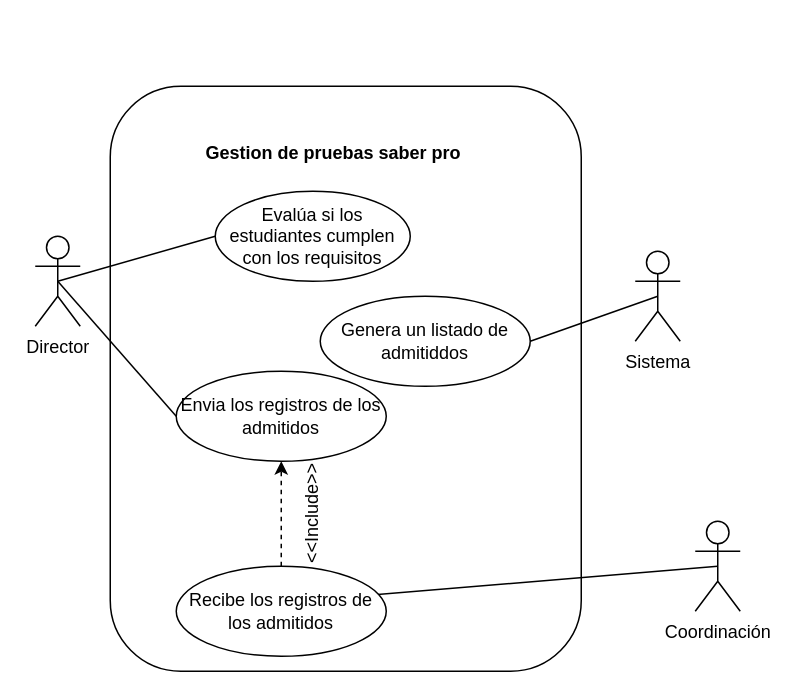
Earlier version of the draw.io diagram page "Página-2" (2 of 11) of Diagrama_documentacion_estudiantes.drawio (chimena777/PROMPTS). Source tidied: cells renumbered, new cells numbered last; positions are measured from the earlier drawing's top-left corner, leaving out a move shared by most shapes. Both pictures are drawn from the tidied source at 150%, with x=0, y=0 at pixel (34, 86).
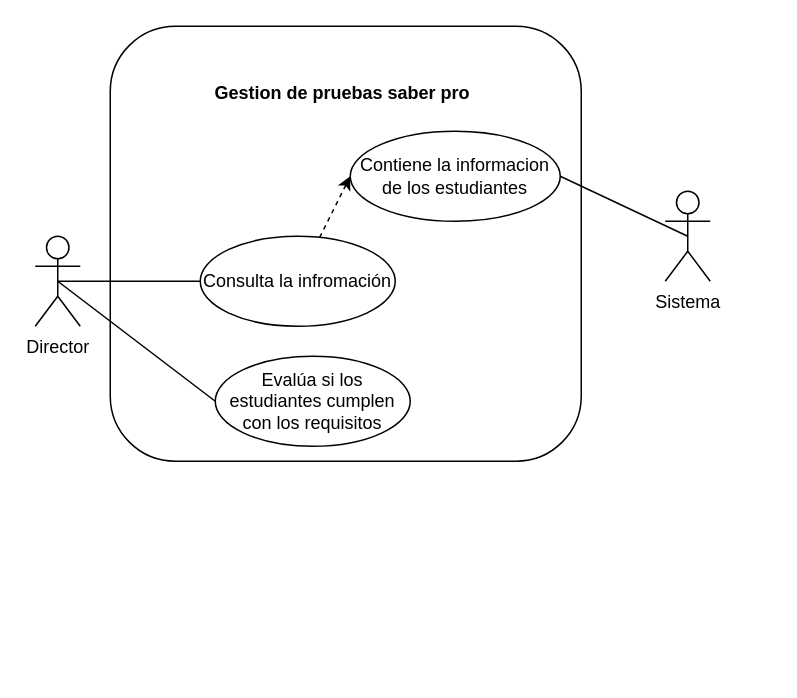
After the change.

The edit, as a diff of the source:
```diff
@@
 <mxGraphModel>
   <root>
     <mxCell id="0" />
     <mxCell id="1" parent="0" />
     <mxCell id="2" style="rounded=1;whiteSpace=wrap;html=1;" parent="1" vertex="1">
-      <mxGeometry x="50" width="314" height="390" as="geometry" />
+      <mxGeometry x="50" y="-40" width="314" height="290" as="geometry" />
     </mxCell>
-    <mxCell id="3" style="rounded=0;jettySize=auto;html=1;exitX=0.5;exitY=0.5;exitDx=0;exitDy=0;exitPerimeter=0;entryX=0;entryY=0.5;entryDx=0;entryDy=0;endArrow=none;endFill=0;" parent="1" edge="1" source="5" target="7">
+    <mxCell id="3" style="rounded=0;jettySize=auto;html=1;exitX=0.5;exitY=0.5;exitDx=0;exitDy=0;exitPerimeter=0;entryX=0;entryY=0.5;entryDx=0;entryDy=0;endArrow=none;endFill=0;" parent="1" edge="1" source="5" target="19">
       <mxGeometry relative="1" as="geometry" />
     </mxCell>
-    <mxCell id="4" style="rounded=0;jettySize=auto;html=1;exitX=0.5;exitY=0.5;exitDx=0;exitDy=0;exitPerimeter=0;entryX=0;entryY=0.5;entryDx=0;entryDy=0;endArrow=none;endFill=0;" parent="1" edge="1" source="5" target="13">
-      <mxGeometry relative="1" as="geometry" />
-    </mxCell>
+    <mxCell id="17" style="rounded=0;jettySize=auto;html=1;exitX=0.5;exitY=0.5;exitDx=0;exitDy=0;exitPerimeter=0;entryX=0;entryY=0.5;entryDx=0;entryDy=0;endArrow=none;endFill=0;" parent="1" edge="1" source="5" target="7">
+      <mxGeometry relative="1" as="geometry" />
+    </mxCell>
     <mxCell id="5" value="Director" style="shape=umlActor;verticalLabelPosition=bottom;verticalAlign=top;html=1;outlineConnect=0;" parent="1" vertex="1">
       <mxGeometry y="100" width="30" height="60" as="geometry" />
     </mxCell>
     <mxCell id="6" value="&lt;b&gt;Gestion de pruebas saber pro&lt;/b&gt;" style="text;html=1;whiteSpace=wrap;strokeColor=none;fillColor=none;align=center;verticalAlign=middle;rounded=0;" parent="1" vertex="1">
-      <mxGeometry x="104" y="30" width="190" height="30" as="geometry" />
+      <mxGeometry x="110" y="-10" width="190" height="30" as="geometry" />
     </mxCell>
-    <mxCell id="7" value="Evalúa si los estudiantes cumplen con los requisitos" style="ellipse;whiteSpace=wrap;html=1;shapeInside=1;" parent="1" vertex="1">
-      <mxGeometry x="120" y="70" width="130" height="60" as="geometry" />
-    </mxCell>
-    <mxCell id="8" style="rounded=0;jettySize=auto;html=1;exitX=0.5;exitY=0.5;exitDx=0;exitDy=0;exitPerimeter=0;entryX=0;entryY=0.5;entryDx=0;entryDy=0;endArrow=none;endFill=0;" parent="1" edge="1" source="9" target="11">
-      <mxGeometry relative="1" as="geometry" />
-    </mxCell>
-    <mxCell id="9" value="Coordinación" style="shape=umlActor;verticalLabelPosition=bottom;verticalAlign=top;html=1;outlineConnect=0;" parent="1" vertex="1">
-      <mxGeometry x="440" y="290" width="30" height="60" as="geometry" />
-    </mxCell>
-    <mxCell id="10" style="rounded=0;jettySize=auto;html=1;dashed=1;" parent="1" edge="1" source="11" target="13">
-      <mxGeometry relative="1" as="geometry" />
-    </mxCell>
-    <mxCell id="11" value="Recibe los registros de los admitidos" style="ellipse;whiteSpace=wrap;html=1;shapeInside=1;" parent="1" vertex="1">
-      <mxGeometry x="94" y="320" width="140" height="60" as="geometry" />
-    </mxCell>
-    <mxCell id="12" value="&lt;div&gt;Genera un listado de admitiddos&lt;/div&gt;" style="ellipse;whiteSpace=wrap;html=1;shapeInside=1;" parent="1" vertex="1">
-      <mxGeometry x="190" y="140" width="140" height="60" as="geometry" />
+    <mxCell id="12" value="Contiene la informacion de los estudiantes" style="ellipse;whiteSpace=wrap;html=1;shapeInside=1;" parent="1" vertex="1">
+      <mxGeometry x="210" y="30" width="140" height="60" as="geometry" />
     </mxCell>
-    <mxCell id="13" value="Envia los registros de los admitidos" style="ellipse;whiteSpace=wrap;html=1;shapeInside=1;" parent="1" vertex="1">
-      <mxGeometry x="94" y="190" width="140" height="60" as="geometry" />
-    </mxCell>
-    <mxCell id="14" value="&amp;lt;&amp;lt;Include&amp;gt;&amp;gt;" style="text;html=1;whiteSpace=wrap;strokeColor=none;fillColor=none;align=center;verticalAlign=middle;rounded=0;rotation=-90;" parent="1" vertex="1">
-      <mxGeometry x="155" y="270" width="60" height="30" as="geometry" />
-    </mxCell>
     <mxCell id="15" style="rounded=0;jettySize=auto;html=1;exitX=0.5;exitY=0.5;exitDx=0;exitDy=0;exitPerimeter=0;entryX=1;entryY=0.5;entryDx=0;entryDy=0;endArrow=none;endFill=0;" parent="1" edge="1" source="16" target="12">
       <mxGeometry relative="1" as="geometry" />
     </mxCell>
     <mxCell id="16" value="Sistema" style="shape=umlActor;verticalLabelPosition=bottom;verticalAlign=top;html=1;outlineConnect=0;" parent="1" vertex="1">
-      <mxGeometry x="400" y="110" width="30" height="60" as="geometry" />
+      <mxGeometry x="420" y="70" width="30" height="60" as="geometry" />
     </mxCell>
+    <mxCell id="7" value="Evalúa si los estudiantes cumplen con los requisitos" style="ellipse;whiteSpace=wrap;html=1;shapeInside=1;" parent="1" vertex="1">
+      <mxGeometry x="120" y="180" width="130" height="60" as="geometry" />
+    </mxCell>
+    <mxCell id="18" style="rounded=0;jettySize=auto;html=1;entryX=0;entryY=0.5;entryDx=0;entryDy=0;dashed=1;" parent="1" edge="1" source="19" target="12">
+      <mxGeometry relative="1" as="geometry" />
+    </mxCell>
+    <mxCell id="19" value="Consulta la infromación" style="ellipse;whiteSpace=wrap;html=1;shapeInside=1;" parent="1" vertex="1">
+      <mxGeometry x="110" y="100" width="130" height="60" as="geometry" />
+    </mxCell>
   </root>
 </mxGraphModel>
```
